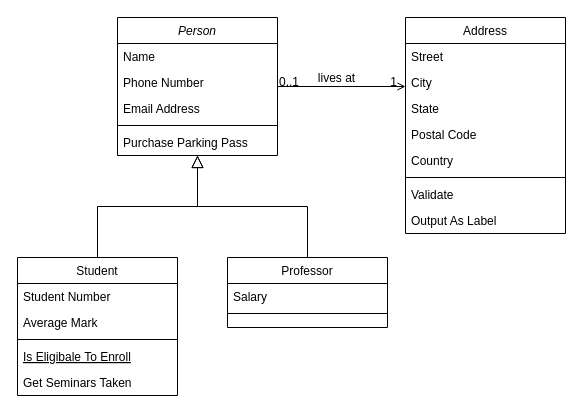
Before: Untitled Diagram.drawio in riyagarg26/database_design, a draw.io diagram. Source tidied: cells renumbered, new cells numbered last; positions are measured from the earlier drawing's top-left corner, leaving out a move shared by most shapes. Both pictures are drawn from the tidied source at 100%, with x=0, y=0 at pixel (17, 17).
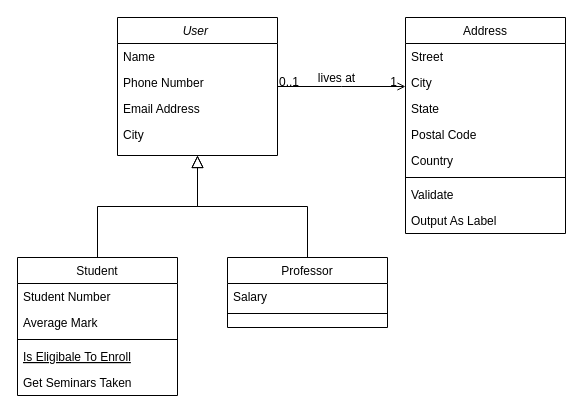
Above is the later version.

The edit, as a diff of the source:
```diff
@@
-    <mxCell id="2" value="Person" style="swimlane;fontStyle=2;align=center;verticalAlign=top;horizontal=1;startSize=26;rounded=0;shadow=0;strokeWidth=1;" parent="1" vertex="1">
+    <mxCell id="2" value="User " style="swimlane;fontStyle=2;align=center;verticalAlign=top;horizontal=1;startSize=26;rounded=0;shadow=0;strokeWidth=1;" parent="1" vertex="1">
       <mxGeometry x="100" width="160" height="138" as="geometry" />
     </mxCell>
@@
-    <mxCell id="6" style="line;html=1;strokeWidth=1;align=left;verticalAlign=middle;spacingTop=-1;spacingLeft=3;spacingRight=3;labelPosition=right;" parent="2" vertex="1">
-      <mxGeometry y="104" width="160" height="8" as="geometry" />
-    </mxCell>
-    <mxCell id="7" value="Purchase Parking Pass" style="text;align=left;verticalAlign=top;spacingLeft=4;spacingRight=4;overflow=hidden;" parent="2" vertex="1">
-      <mxGeometry y="112" width="160" height="26" as="geometry" />
-    </mxCell>
+    <mxCell id="32" value="City &#10;" style="text;align=left;verticalAlign=top;spacingLeft=4;spacingRight=4;overflow=hidden;rounded=0;shadow=0;html=0;" parent="2" vertex="1">
+      <mxGeometry y="104" width="160" height="26" as="geometry" />
+    </mxCell>
```
